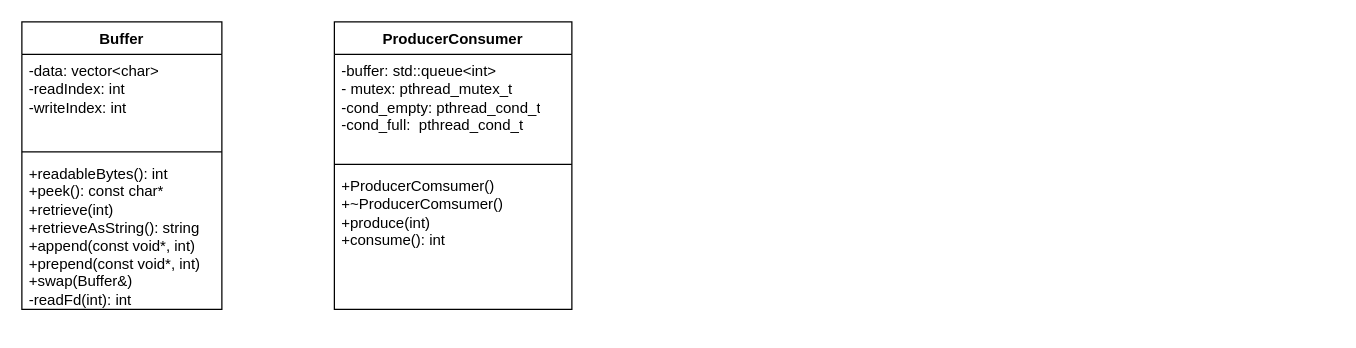
The draw.io diagram 类.drawio in HongxGe/TinyWebServer_by_h, before the edit. Source tidied: cells renumbered, new cells numbered last; positions are measured from the earlier drawing's top-left corner, leaving out a move shared by most shapes. Both pictures are drawn from the tidied source at 125%, with x=0, y=0 at pixel (21, 21).
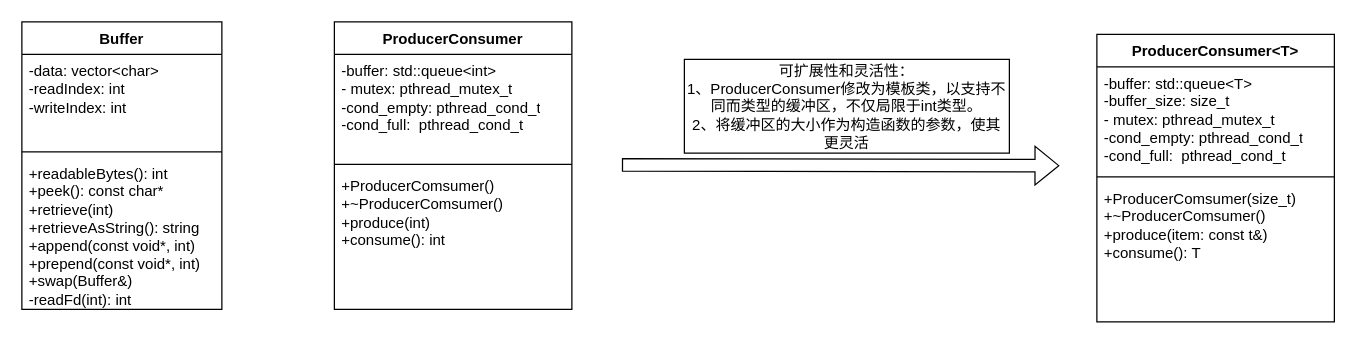
Above is the later version.

What changed in the source:
```diff
@@
 <mxGraphModel>
   <root>
     <mxCell id="0" />
     <mxCell id="1" parent="0" />
     <mxCell id="2" value="Buffer" style="swimlane;fontStyle=1;align=center;verticalAlign=top;horizontal=1;startSize=26;whiteSpace=wrap;html=1;" parent="1" vertex="1">
       <mxGeometry width="160" height="230" as="geometry" />
     </mxCell>
     <mxCell id="3" value="&lt;div&gt;-data: vector&amp;lt;char&amp;gt;&lt;/div&gt;&lt;div&gt;-readIndex: int&lt;/div&gt;&lt;div&gt;-writeIndex: int&lt;/div&gt;" style="text;strokeColor=none;fillColor=none;align=left;verticalAlign=top;spacingLeft=4;spacingRight=4;overflow=hidden;whiteSpace=wrap;html=1;" parent="2" vertex="1">
       <mxGeometry y="26" width="160" height="74" as="geometry" />
     </mxCell>
     <mxCell id="4" style="line;strokeWidth=1;fillColor=none;align=left;verticalAlign=middle;spacingTop=-1;spacingLeft=3;spacingRight=3;labelPosition=right;strokeColor=inherit;" parent="2" vertex="1">
       <mxGeometry y="100" width="160" height="8" as="geometry" />
     </mxCell>
     <mxCell id="5" value="+readableBytes(): int&lt;div&gt;+peek(): const char*&lt;/div&gt;&lt;div&gt;+retrieve(int)&lt;/div&gt;&lt;div&gt;+retrieveAsString(): string&lt;/div&gt;&lt;div&gt;+append(const void*, int)&lt;/div&gt;&lt;div&gt;+prepend(const void*, int)&lt;/div&gt;&lt;div&gt;+swap(Buffer&amp;amp;)&lt;/div&gt;&lt;div&gt;-readFd(int): int&lt;/div&gt;" style="text;strokeColor=none;fillColor=none;align=left;verticalAlign=top;spacingLeft=4;spacingRight=4;overflow=hidden;whiteSpace=wrap;html=1;" parent="2" vertex="1">
       <mxGeometry y="108" width="160" height="122" as="geometry" />
     </mxCell>
     <mxCell id="6" value="ProducerConsumer" style="swimlane;fontStyle=1;align=center;verticalAlign=top;horizontal=1;startSize=26;whiteSpace=wrap;html=1;" parent="1" vertex="1">
       <mxGeometry x="250" width="190" height="230" as="geometry" />
     </mxCell>
     <mxCell id="7" value="-buffer: std::queue&amp;lt;int&amp;gt;&lt;div&gt;- mutex: pthread_mutex_t&lt;/div&gt;&lt;div&gt;-cond_empty: pthread_cond_t&lt;/div&gt;&lt;div&gt;-cond_full:&amp;nbsp; pthread_cond_t&lt;/div&gt;" style="text;strokeColor=none;fillColor=none;align=left;verticalAlign=top;spacingLeft=4;spacingRight=4;overflow=hidden;whiteSpace=wrap;html=1;" parent="6" vertex="1">
       <mxGeometry y="26" width="190" height="84" as="geometry" />
     </mxCell>
     <mxCell id="8" style="line;strokeWidth=1;fillColor=none;align=left;verticalAlign=middle;spacingTop=-1;spacingLeft=3;spacingRight=3;labelPosition=right;strokeColor=inherit;" parent="6" vertex="1">
       <mxGeometry y="110" width="190" height="8" as="geometry" />
     </mxCell>
     <mxCell id="9" value="+ProducerComsumer()&lt;div&gt;+~ProducerComsumer()&lt;/div&gt;&lt;div&gt;+produce(int)&lt;/div&gt;&lt;div&gt;+consume(): int&lt;/div&gt;" style="text;strokeColor=none;fillColor=none;align=left;verticalAlign=top;spacingLeft=4;spacingRight=4;overflow=hidden;whiteSpace=wrap;html=1;" parent="6" vertex="1">
       <mxGeometry y="118" width="190" height="112" as="geometry" />
     </mxCell>
+    <mxCell id="10" value="ProducerConsumer&amp;lt;T&amp;gt;" style="swimlane;fontStyle=1;align=center;verticalAlign=top;horizontal=1;startSize=26;whiteSpace=wrap;html=1;" parent="1" vertex="1">
+      <mxGeometry x="860" y="10" width="190" height="230" as="geometry" />
+    </mxCell>
+    <mxCell id="11" value="-buffer: std::queue&amp;lt;T&amp;gt;&lt;div&gt;-buffer_size: size_t&lt;br&gt;&lt;div&gt;- mutex: pthread_mutex_t&lt;/div&gt;&lt;div&gt;-cond_empty: pthread_cond_t&lt;/div&gt;&lt;div&gt;-cond_full:&amp;nbsp; pthread_cond_t&lt;/div&gt;&lt;/div&gt;" style="text;strokeColor=none;fillColor=none;align=left;verticalAlign=top;spacingLeft=4;spacingRight=4;overflow=hidden;whiteSpace=wrap;html=1;" parent="10" vertex="1">
+      <mxGeometry y="26" width="190" height="84" as="geometry" />
+    </mxCell>
+    <mxCell id="12" style="line;strokeWidth=1;fillColor=none;align=left;verticalAlign=middle;spacingTop=-1;spacingLeft=3;spacingRight=3;labelPosition=right;strokeColor=inherit;" parent="10" vertex="1">
+      <mxGeometry y="110" width="190" height="8" as="geometry" />
+    </mxCell>
+    <mxCell id="13" value="+ProducerComsumer(size_t)&lt;div&gt;+~ProducerComsumer()&lt;/div&gt;&lt;div&gt;+produce(item: const t&amp;amp;)&lt;/div&gt;&lt;div&gt;+consume(): T&lt;/div&gt;" style="text;strokeColor=none;fillColor=none;align=left;verticalAlign=top;spacingLeft=4;spacingRight=4;overflow=hidden;whiteSpace=wrap;html=1;" parent="10" vertex="1">
+      <mxGeometry y="118" width="190" height="112" as="geometry" />
+    </mxCell>
+    <mxCell id="14" style="shape=flexArrow;endArrow=classic;html=1;rounded=0;" parent="1" edge="1">
+      <mxGeometry relative="1" as="geometry">
+        <mxPoint x="480" y="114.5" as="sourcePoint" />
+        <mxPoint x="830" y="115" as="targetPoint" />
+      </mxGeometry>
+    </mxCell>
+    <mxCell id="15" value="可扩展性和灵活性：&lt;div&gt;1、ProducerConsumer修改为模板类，以支持不同而类型的缓冲区，不仅局限于int类型。&lt;/div&gt;&lt;div&gt;2、将缓冲区的大小作为构造函数的参数，使其更灵活&lt;/div&gt;" style="rounded=0;whiteSpace=wrap;html=1;" parent="1" vertex="1">
+      <mxGeometry x="530" y="30" width="260" height="75" as="geometry" />
+    </mxCell>
   </root>
 </mxGraphModel>
```
